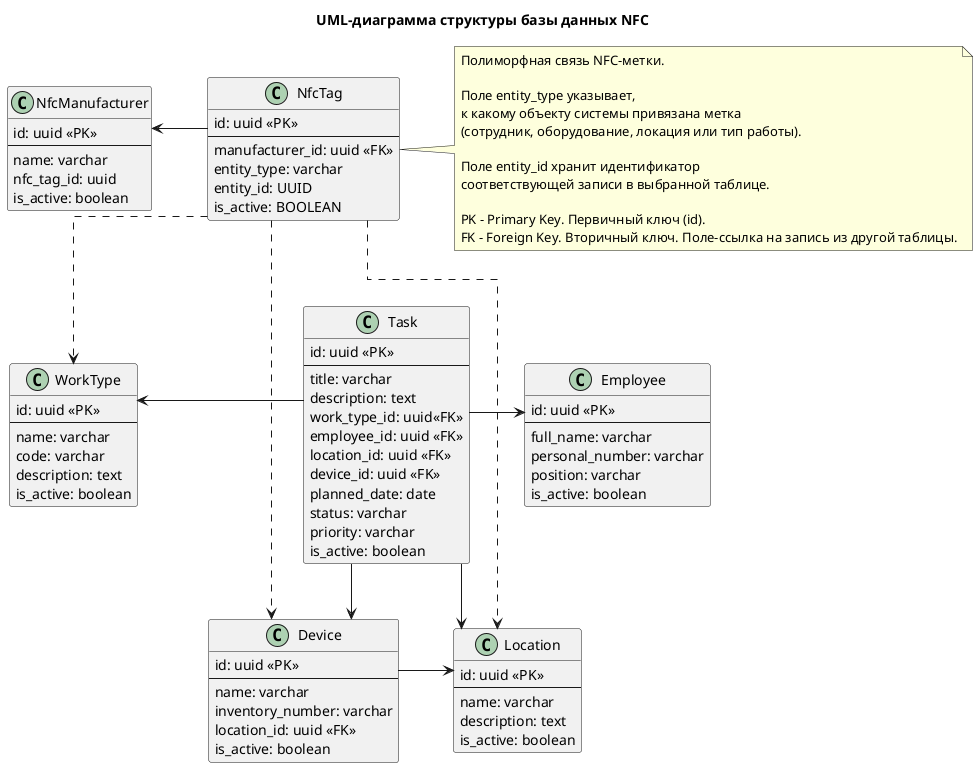
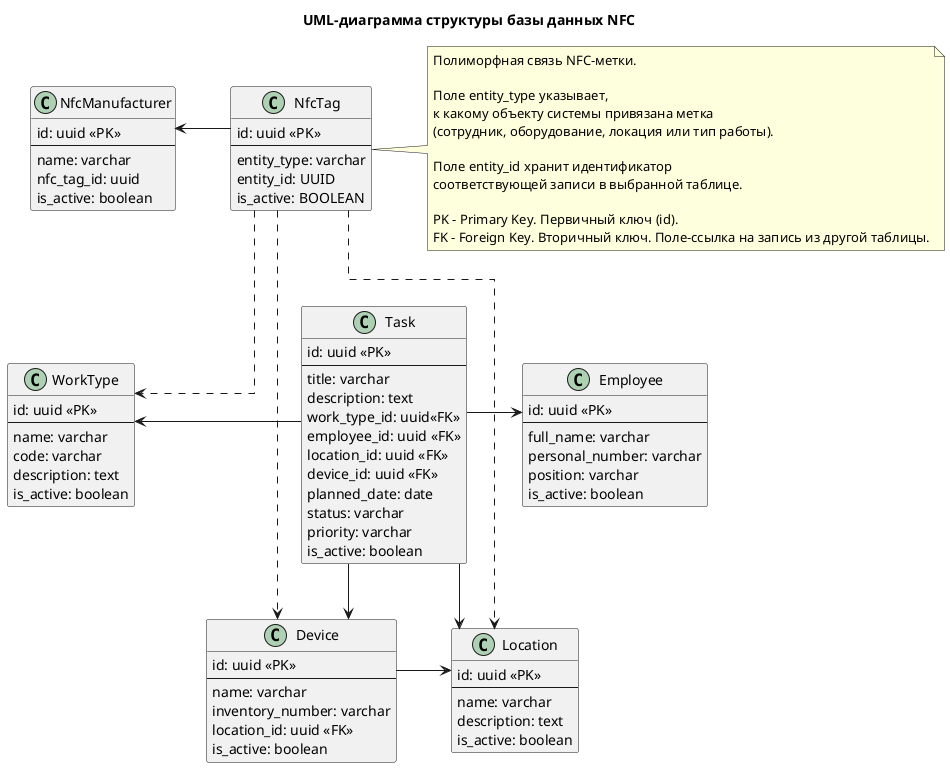
@startuml
title UML-диаграмма структуры базы данных NFC

top to bottom direction

skinparam classAttributeIconSize 0
skinparam linetype ortho
skinparam nodesep 55
skinparam ranksep 55

class NfcTag {
    id: uuid <<PK>>
    --
-     manufacturer_id: uuid <<FK>>
    entity_type: varchar
    entity_id: UUID
    is_active: BOOLEAN
}

class WorkType {
    id: uuid <<PK>>
    --
    name: varchar
    code: varchar
    description: text
    is_active: boolean
}

class Employee {
    id: uuid <<PK>>
    --
    full_name: varchar
    personal_number: varchar
    position: varchar
    is_active: boolean
}

class Task {
    id: uuid <<PK>>
    --
    title: varchar
    description: text
    work_type_id: uuid<<FK>>
    employee_id: uuid <<FK>>
    location_id: uuid <<FK>>
    device_id: uuid <<FK>>
    planned_date: date
    status: varchar
    priority: varchar
    is_active: boolean
}

class Device {
    id: uuid <<PK>>
    --
    name: varchar
    inventory_number: varchar
    location_id: uuid <<FK>>
    is_active: boolean
}

class Location {
    id: uuid <<PK>>
    --
    name: varchar
    description: text
    is_active: boolean
}

class NfcManufacturer {
    id: uuid <<PK>>
    --
    name: varchar
    nfc_tag_id: uuid
    is_active: boolean
}

Task -left-> WorkType
Task -right-> Employee
Task -down-> Device
Task -down-> Location
NfcTag -left-> NfcManufacturer

NfcTag ..> Device
NfcTag ..> Location
NfcTag ..> WorkType

Device -right-> Location

note right of NfcTag
  Полиморфная связь NFC-метки.

  Поле entity_type указывает,
  к какому объекту системы привязана метка
  (сотрудник, оборудование, локация или тип работы).

  Поле entity_id хранит идентификатор
  соответствующей записи в выбранной таблице.

  PK - Primary Key. Первичный ключ (id).
  FK - Foreign Key. Вторичный ключ. Поле-ссылка на запись из другой таблицы.
end note

WorkType -[hidden]right-> Task
Task -[hidden]right-> Employee

Device -[hidden]right-> Location

NfcTag -[hidden]down-> Task
WorkType -[hidden]down-> Device
Employee -[hidden]down-> Location

NfcManufacturer -[hidden]right-> NfcTag

@enduml